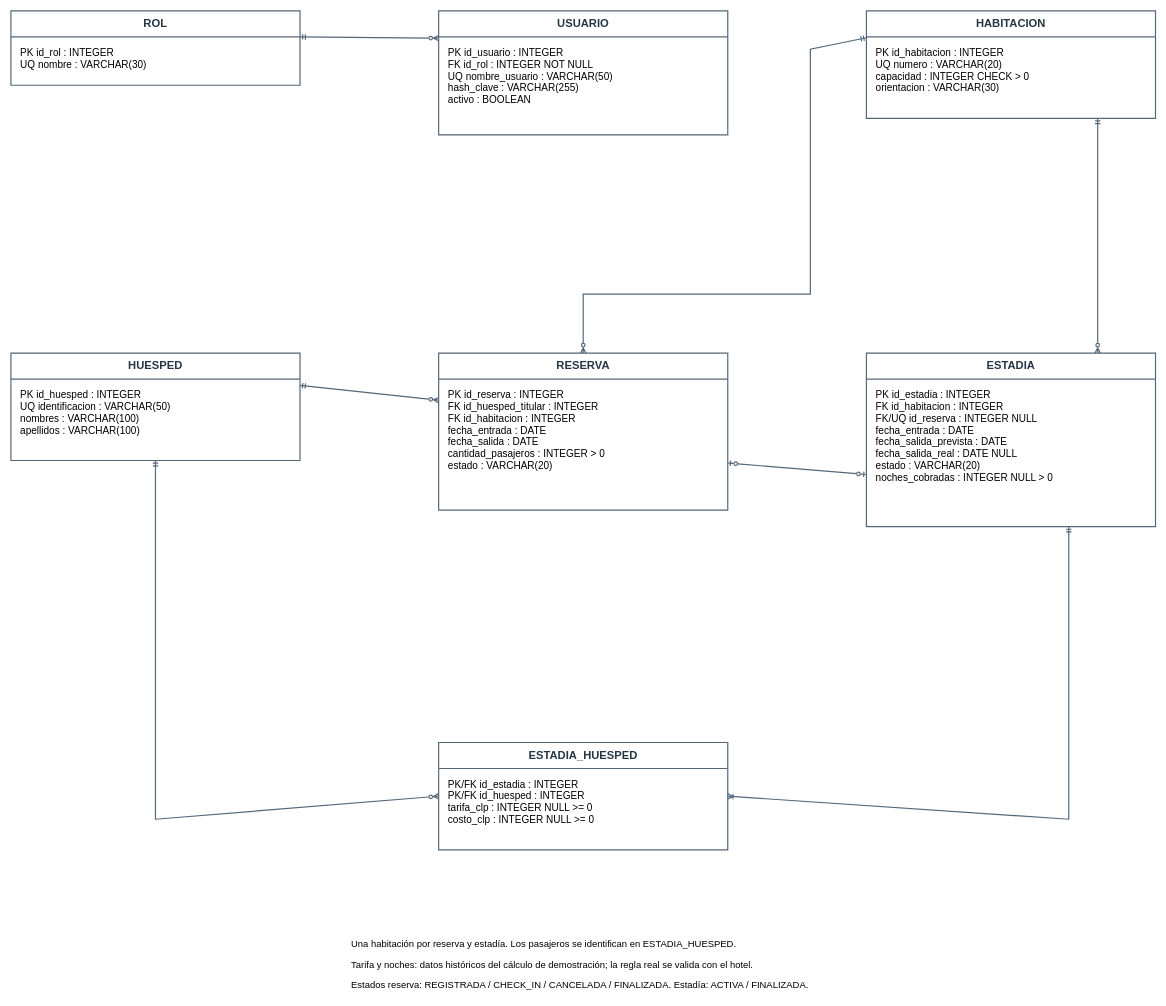
This is diagramas-editables/modelo-de-datos.drawio from Yutre3/hotel-duerme-bien, a draw.io file, before an edit. Source tidied: cells renumbered, new cells numbered last; positions are measured from the earlier drawing's top-left corner, leaving out a move shared by most shapes. Both pictures are drawn from the tidied source at 59%, with x=0, y=0 at pixel (11, 11).
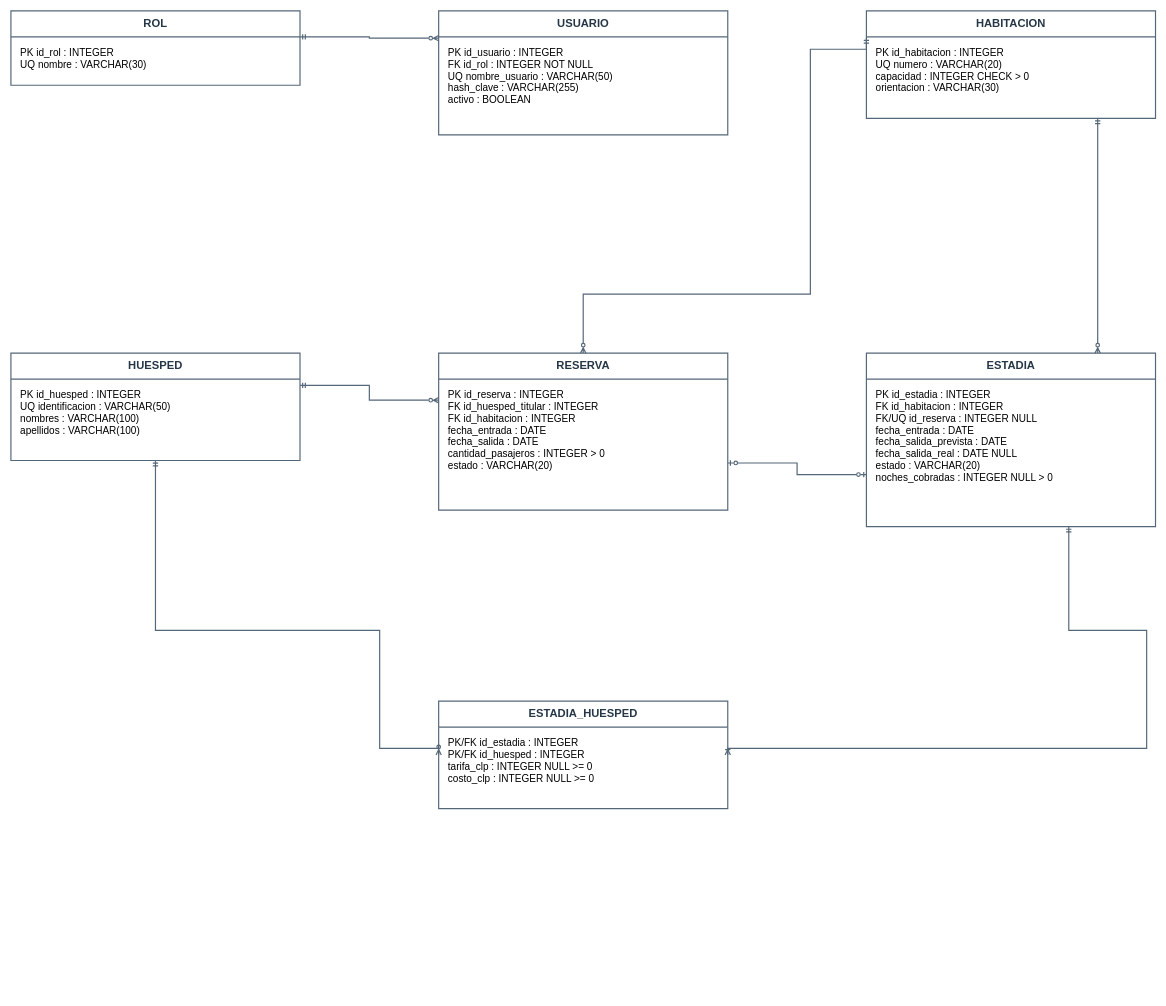
The same page after the edit.

Unchanged cells that the change refers to:
```xml
<mxCell id="2" value="ROL" style="shape=swimlane;startSize=44;horizontal=1;html=0;whiteSpace=wrap;strokeColor=#546778;strokeWidth=2;fillColor=#ffffff;fontColor=#253747;fontSize=19;fontStyle=1;" parent="1" vertex="1">
  <mxGeometry width="490" height="126" as="geometry" />
</mxCell>
<mxCell id="4" value="USUARIO" style="shape=swimlane;startSize=44;horizontal=1;html=0;whiteSpace=wrap;strokeColor=#546778;strokeWidth=2;fillColor=#ffffff;fontColor=#253747;fontSize=19;fontStyle=1;" parent="1" vertex="1">
  <mxGeometry x="725" width="490" height="210" as="geometry" />
</mxCell>
<mxCell id="6" value="HABITACION" style="shape=swimlane;startSize=44;horizontal=1;html=0;whiteSpace=wrap;strokeColor=#546778;strokeWidth=2;fillColor=#ffffff;fontColor=#253747;fontSize=19;fontStyle=1;" parent="1" vertex="1">
  <mxGeometry x="1450" width="490" height="182" as="geometry" />
</mxCell>
<mxCell id="8" value="HUESPED" style="shape=swimlane;startSize=44;horizontal=1;html=0;whiteSpace=wrap;strokeColor=#546778;strokeWidth=2;fillColor=#ffffff;fontColor=#253747;fontSize=19;fontStyle=1;" parent="1" vertex="1">
  <mxGeometry y="580" width="490" height="182" as="geometry" />
</mxCell>
<mxCell id="10" value="RESERVA" style="shape=swimlane;startSize=44;horizontal=1;html=0;whiteSpace=wrap;strokeColor=#546778;strokeWidth=2;fillColor=#ffffff;fontColor=#253747;fontSize=19;fontStyle=1;" parent="1" vertex="1">
  <mxGeometry x="725" y="580" width="490" height="266" as="geometry" />
</mxCell>
<mxCell id="12" value="ESTADIA" style="shape=swimlane;startSize=44;horizontal=1;html=0;whiteSpace=wrap;strokeColor=#546778;strokeWidth=2;fillColor=#ffffff;fontColor=#253747;fontSize=19;fontStyle=1;" parent="1" vertex="1">
  <mxGeometry x="1450" y="580" width="490" height="294" as="geometry" />
</mxCell>
```

Diff of the diagram source:
```diff
@@
     <mxCell id="14" value="ESTADIA_HUESPED" style="shape=swimlane;startSize=44;horizontal=1;html=0;whiteSpace=wrap;strokeColor=#546778;strokeWidth=2;fillColor=#ffffff;fontColor=#253747;fontSize=19;fontStyle=1;" parent="1" vertex="1">
-      <mxGeometry x="725" y="1240" width="490" height="182" as="geometry" />
+      <mxGeometry x="725" y="1170" width="490" height="182" as="geometry" />
     </mxCell>
@@
-    <mxCell id="16" style="html=0;edgeStyle=none;rounded=0;strokeWidth=2;strokeColor=#546778;fontSize=16;endArrow=ERzeroToMany;endFill=0;startArrow=ERmandOne;startFill=0;exitX=1;exitY=0.35;exitPerimeter=0;entryX=0;entryY=0.22;entryPerimeter=0;" parent="1" edge="1" source="2" target="4">
+    <mxCell id="16" style="html=0;edgeStyle=orthogonalEdgeStyle;jettySize=24;rounded=0;strokeWidth=2;strokeColor=#546778;fontSize=16;endArrow=ERzeroToMany;endFill=0;startArrow=ERmandOne;startFill=0;exitX=1;exitY=0.35;exitPerimeter=0;entryX=0;entryY=0.22;entryPerimeter=0;" parent="1" edge="1" source="2" target="4">
       <mxGeometry relative="1" as="geometry" />
     </mxCell>
-    <mxCell id="17" style="html=0;edgeStyle=none;rounded=0;strokeWidth=2;strokeColor=#546778;fontSize=16;endArrow=ERzeroToMany;endFill=0;startArrow=ERmandOne;startFill=0;exitX=0.8;exitY=1;exitPerimeter=0;entryX=0.8;entryY=0;entryPerimeter=0;" parent="1" edge="1" source="6" target="12">
+    <mxCell id="17" style="html=0;edgeStyle=orthogonalEdgeStyle;jettySize=24;rounded=0;strokeWidth=2;strokeColor=#546778;fontSize=16;endArrow=ERzeroToMany;endFill=0;startArrow=ERmandOne;startFill=0;exitX=0.8;exitY=1;exitPerimeter=0;entryX=0.8;entryY=0;entryPerimeter=0;" parent="1" edge="1" source="6" target="12">
       <mxGeometry relative="1" as="geometry" />
     </mxCell>
-    <mxCell id="18" style="html=0;edgeStyle=none;rounded=0;strokeWidth=2;strokeColor=#546778;fontSize=16;endArrow=ERzeroToMany;endFill=0;startArrow=ERmandOne;startFill=0;exitX=0;exitY=0.25;exitPerimeter=0;entryX=0.5;entryY=0;entryPerimeter=0;" parent="1" edge="1" source="6" target="10">
+    <mxCell id="18" style="html=0;edgeStyle=orthogonalEdgeStyle;jettySize=24;rounded=0;strokeWidth=2;strokeColor=#546778;fontSize=16;endArrow=ERzeroToMany;endFill=0;startArrow=ERmandOne;startFill=0;exitX=0;exitY=0.25;exitPerimeter=0;entryX=0.5;entryY=0;entryPerimeter=0;" parent="1" edge="1" source="6" target="10">
       <mxGeometry relative="1" as="geometry">
         <Array as="points">
           <mxPoint x="1355" y="65" />
           <mxPoint x="1355" y="480" />
           <mxPoint x="970" y="480" />
         </Array>
       </mxGeometry>
     </mxCell>
-    <mxCell id="19" style="html=0;edgeStyle=none;rounded=0;strokeWidth=2;strokeColor=#546778;fontSize=16;endArrow=ERzeroToMany;endFill=0;startArrow=ERmandOne;startFill=0;exitX=1;exitY=0.3;exitPerimeter=0;entryX=0;entryY=0.3;entryPerimeter=0;" parent="1" edge="1" source="8" target="10">
+    <mxCell id="19" style="html=0;edgeStyle=orthogonalEdgeStyle;jettySize=24;rounded=0;strokeWidth=2;strokeColor=#546778;fontSize=16;endArrow=ERzeroToMany;endFill=0;startArrow=ERmandOne;startFill=0;exitX=1;exitY=0.3;exitPerimeter=0;entryX=0;entryY=0.3;entryPerimeter=0;" parent="1" edge="1" source="8" target="10">
       <mxGeometry relative="1" as="geometry" />
     </mxCell>
-    <mxCell id="20" style="html=0;edgeStyle=none;rounded=0;strokeWidth=2;strokeColor=#546778;fontSize=16;endArrow=ERzeroToOne;endFill=0;startArrow=ERzeroToOne;startFill=0;exitX=1;exitY=0.7;exitPerimeter=0;entryX=0;entryY=0.7;entryPerimeter=0;" parent="1" edge="1" source="10" target="12">
+    <mxCell id="20" style="html=0;edgeStyle=orthogonalEdgeStyle;jettySize=24;rounded=0;strokeWidth=2;strokeColor=#546778;fontSize=16;endArrow=ERzeroToOne;endFill=0;startArrow=ERzeroToOne;startFill=0;exitX=1;exitY=0.7;exitPerimeter=0;entryX=0;entryY=0.7;entryPerimeter=0;" parent="1" edge="1" source="10" target="12">
       <mxGeometry relative="1" as="geometry" />
     </mxCell>
-    <mxCell id="21" style="html=0;edgeStyle=none;rounded=0;strokeWidth=2;strokeColor=#546778;fontSize=16;endArrow=ERzeroToMany;endFill=0;startArrow=ERmandOne;startFill=0;exitX=0.5;exitY=1;exitPerimeter=0;entryX=0;entryY=0.5;entryPerimeter=0;" parent="1" edge="1" source="8" target="14">
+    <mxCell id="21" style="html=0;edgeStyle=orthogonalEdgeStyle;jettySize=24;rounded=0;strokeWidth=2;strokeColor=#546778;fontSize=16;endArrow=ERzeroToMany;endFill=0;startArrow=ERmandOne;startFill=0;exitX=0.5;exitY=1;exitPerimeter=0;entryX=0;entryY=0.5;entryPerimeter=0;" parent="1" edge="1" source="8" target="14">
       <mxGeometry relative="1" as="geometry">
         <Array as="points">
-          <mxPoint x="245" y="1370" />
+          <mxPoint x="245" y="1050" />
+          <mxPoint x="625" y="1050" />
+          <mxPoint x="625" y="1250" />
         </Array>
       </mxGeometry>
     </mxCell>
-    <mxCell id="22" style="html=0;edgeStyle=none;rounded=0;strokeWidth=2;strokeColor=#546778;fontSize=16;endArrow=ERoneToMany;endFill=0;startArrow=ERmandOne;startFill=0;exitX=0.7;exitY=1;exitPerimeter=0;entryX=1;entryY=0.5;entryPerimeter=0;" parent="1" edge="1" source="12" target="14">
+    <mxCell id="22" style="html=0;edgeStyle=orthogonalEdgeStyle;jettySize=24;rounded=0;strokeWidth=2;strokeColor=#546778;fontSize=16;endArrow=ERoneToMany;endFill=0;startArrow=ERmandOne;startFill=0;exitX=0.7;exitY=1;exitPerimeter=0;entryX=1;entryY=0.5;entryPerimeter=0;" parent="1" edge="1" source="12" target="14">
       <mxGeometry relative="1" as="geometry">
         <Array as="points">
-          <mxPoint x="1793" y="1370" />
+          <mxPoint x="1793" y="1050" />
+          <mxPoint x="1925" y="1050" />
+          <mxPoint x="1925" y="1250" />
         </Array>
       </mxGeometry>
     </mxCell>
-    <mxCell id="23" value="Una habitación por reserva y estadía. Los pasajeros se identifican en ESTADIA_HUESPED." style="text;html=0;strokeColor=none;fillColor=none;fontSize=16;" parent="1" vertex="1">
-      <mxGeometry x="575" y="1565" width="900" height="35" as="geometry" />
-    </mxCell>
-    <mxCell id="24" value="Tarifa y noches: datos históricos del cálculo de demostración; la regla real se valida con el hotel." style="text;html=0;strokeColor=none;fillColor=none;fontSize=16;" parent="1" vertex="1">
-      <mxGeometry x="575" y="1600" width="900" height="35" as="geometry" />
-    </mxCell>
-    <mxCell id="25" value="Estados reserva: REGISTRADA / CHECK_IN / CANCELADA / FINALIZADA. Estadía: ACTIVA / FINALIZADA." style="text;html=0;strokeColor=none;fillColor=none;fontSize=16;" parent="1" vertex="1">
-      <mxGeometry x="575" y="1635" width="900" height="35" as="geometry" />
-    </mxCell>
```
